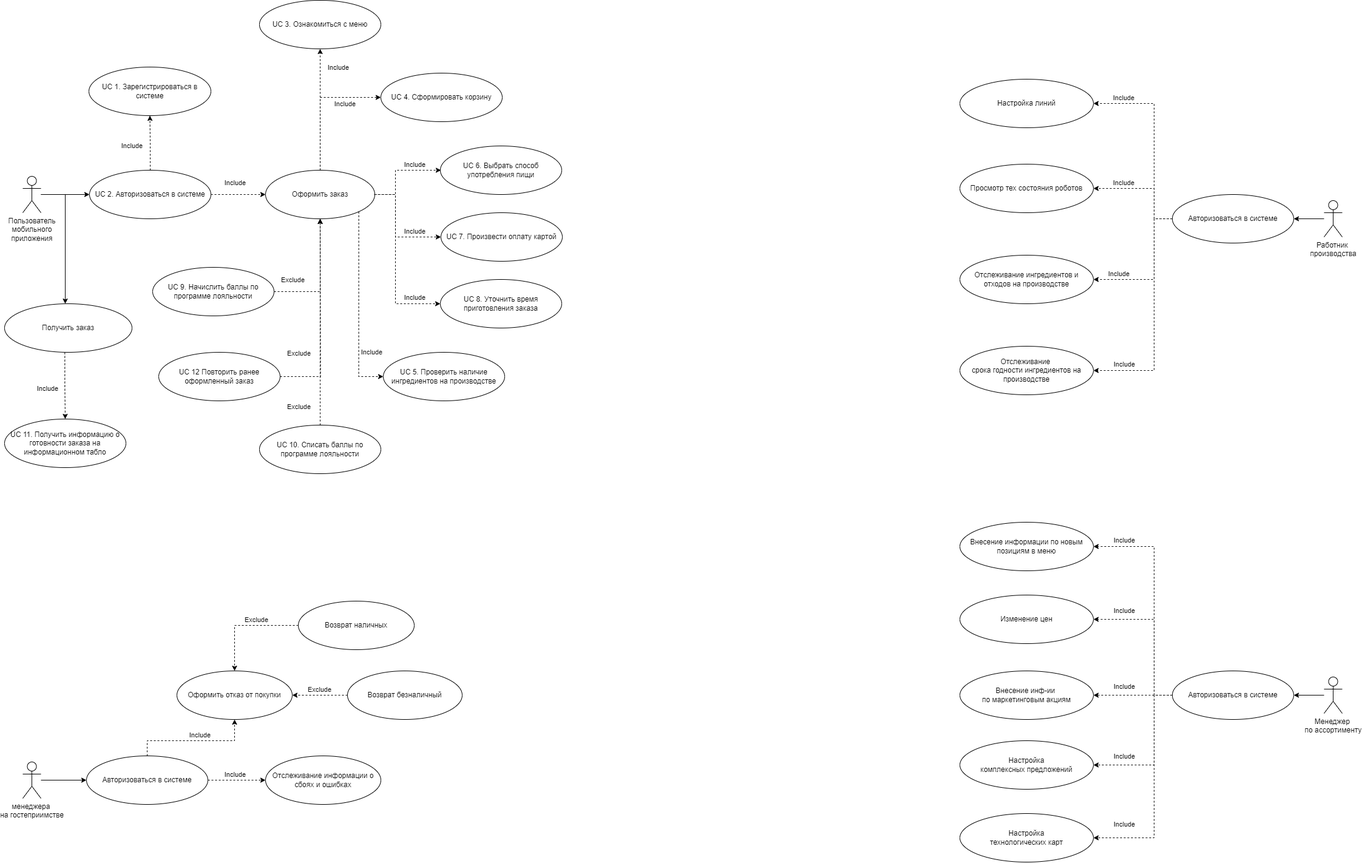
This is images/UseCase.png from Mimitrii/RoboPoint, a draw.io export, as it was before one commit. Source tidied: cells renumbered, new cells last; positions are measured from the earlier drawing's top-left corner, leaving out a move shared by most shapes.
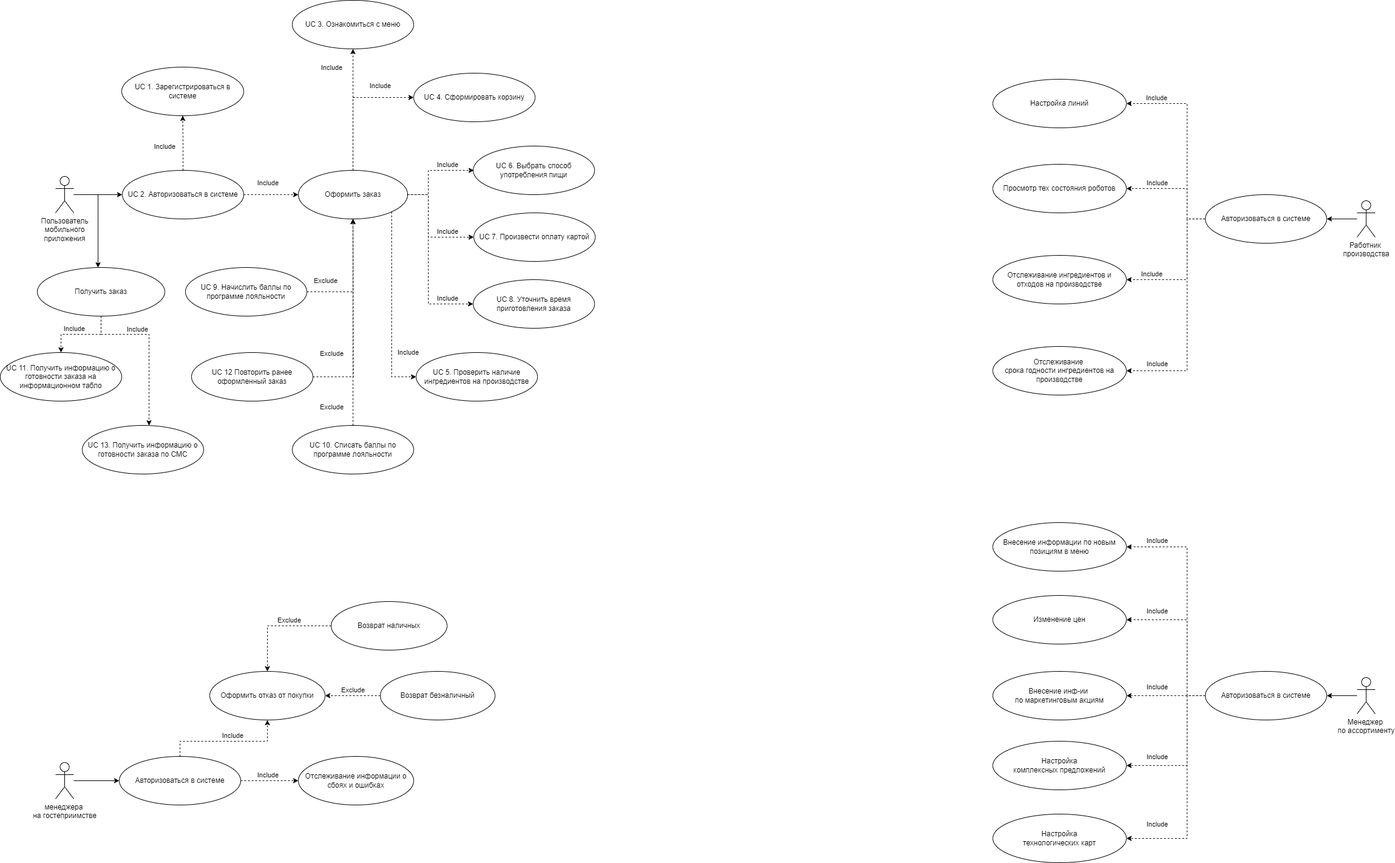
Above is the later version.

What changed in the source:
```diff
@@ -29,7 +29,7 @@
     </mxCell>
     <mxCell id="9" value="Include" style="edgeLabel;html=1;align=center;verticalAlign=middle;" parent="8" vertex="1">
       <mxGeometry x="0.39" y="1" relative="1" as="geometry">
-        <mxPoint x="30" y="-31" as="offset" />
+        <mxPoint x="-35" y="-31" as="offset" />
       </mxGeometry>
     </mxCell>
     <mxCell id="10" style="edgeStyle=orthogonalEdgeStyle;rounded=0;jettySize=auto;html=1;dashed=1;entryX=0;entryY=0.5;entryDx=0;entryDy=0;" parent="1" edge="1" source="14" target="16">
@@ -41,7 +41,7 @@
     </mxCell>
     <mxCell id="11" value="Include" style="edgeLabel;html=1;align=center;verticalAlign=middle;" parent="10" vertex="1">
       <mxGeometry x="0.3" y="3" relative="1" as="geometry">
-        <mxPoint x="18" y="13" as="offset" />
+        <mxPoint x="22" y="-17" as="offset" />
       </mxGeometry>
     </mxCell>
     <mxCell id="12" style="edgeStyle=orthogonalEdgeStyle;rounded=0;jettySize=auto;html=1;dashed=1;entryX=0;entryY=0.5;entryDx=0;entryDy=0;exitX=1;exitY=0.5;exitDx=0;exitDy=0;" parent="1" edge="1" source="14" target="15">
@@ -70,7 +70,7 @@
       <mxGeometry x="139" y="110" width="201" height="80" as="geometry" />
     </mxCell>
     <mxCell id="18" value="Получить заказ" style="ellipse;whiteSpace=wrap;html=1;" parent="1" vertex="1">
-      <mxGeometry y="500" width="210" height="80" as="geometry" />
+      <mxGeometry y="440" width="210" height="80" as="geometry" />
     </mxCell>
     <mxCell id="19" value="Оформить отказ от покупки" style="ellipse;whiteSpace=wrap;html=1;" parent="1" vertex="1">
       <mxGeometry x="284" y="1105" width="190" height="80" as="geometry" />
@@ -145,14 +145,14 @@
       </mxGeometry>
     </mxCell>
     <mxCell id="41" value="UC 11. Получить информацию о готовности заказа на информационном табло" style="ellipse;whiteSpace=wrap;html=1;" parent="1" vertex="1">
-      <mxGeometry y="690" width="200" height="80" as="geometry" />
+      <mxGeometry x="-61" y="580" width="200" height="80" as="geometry" />
     </mxCell>
-    <mxCell id="42" style="edgeStyle=orthogonalEdgeStyle;rounded=0;jettySize=auto;html=1;dashed=1;exitX=0.473;exitY=1.002;exitDx=0;exitDy=0;exitPerimeter=0;" parent="1" edge="1" source="18" target="41">
+    <mxCell id="42" style="edgeStyle=orthogonalEdgeStyle;rounded=0;jettySize=auto;html=1;dashed=1;exitX=0.5;exitY=1;exitDx=0;exitDy=0;" parent="1" edge="1" source="18" target="41">
       <mxGeometry relative="1" as="geometry" />
     </mxCell>
     <mxCell id="43" value="Include" style="edgeLabel;html=1;align=center;verticalAlign=middle;" parent="42" vertex="1">
       <mxGeometry x="0.23" y="2" relative="1" as="geometry">
-        <mxPoint x="-32" y="-8" as="offset" />
+        <mxPoint x="3" y="-12" as="offset" />
       </mxGeometry>
     </mxCell>
     <mxCell id="44" value="UC 6. Выбрать способ употребления пищи" style="ellipse;whiteSpace=wrap;html=1;" parent="1" vertex="1">
@@ -413,8 +413,24 @@
     </mxCell>
     <mxCell id="90" value="Include" style="edgeLabel;html=1;align=center;verticalAlign=middle;" parent="89" vertex="1">
       <mxGeometry x="0.23" y="2" relative="1" as="geometry">
-        <mxPoint x="19" y="39" as="offset" />
+        <mxPoint x="25" y="39" as="offset" />
       </mxGeometry>
     </mxCell>
+    <mxCell id="91" value="UC 13. Получить информацию о готовности заказа по СМС" style="ellipse;whiteSpace=wrap;html=1;" parent="1" vertex="1">
+      <mxGeometry x="74" y="700" width="200" height="80" as="geometry" />
+    </mxCell>
+    <mxCell id="92" style="edgeStyle=orthogonalEdgeStyle;rounded=0;jettySize=auto;html=1;dashed=1;exitX=0.5;exitY=1;exitDx=0;exitDy=0;" parent="1" edge="1" source="18" target="91">
+      <mxGeometry relative="1" as="geometry">
+        <Array as="points">
+          <mxPoint x="105" y="550" />
+          <mxPoint x="184" y="550" />
+        </Array>
+      </mxGeometry>
+    </mxCell>
+    <mxCell id="93" value="Include" style="edgeLabel;html=1;align=center;verticalAlign=middle;" parent="92" vertex="1">
+      <mxGeometry x="0.23" y="2" relative="1" as="geometry">
+        <mxPoint x="-22" y="-60" as="offset" />
+      </mxGeometry>
+    </mxCell>
   </root>
 </mxGraphModel>
```
